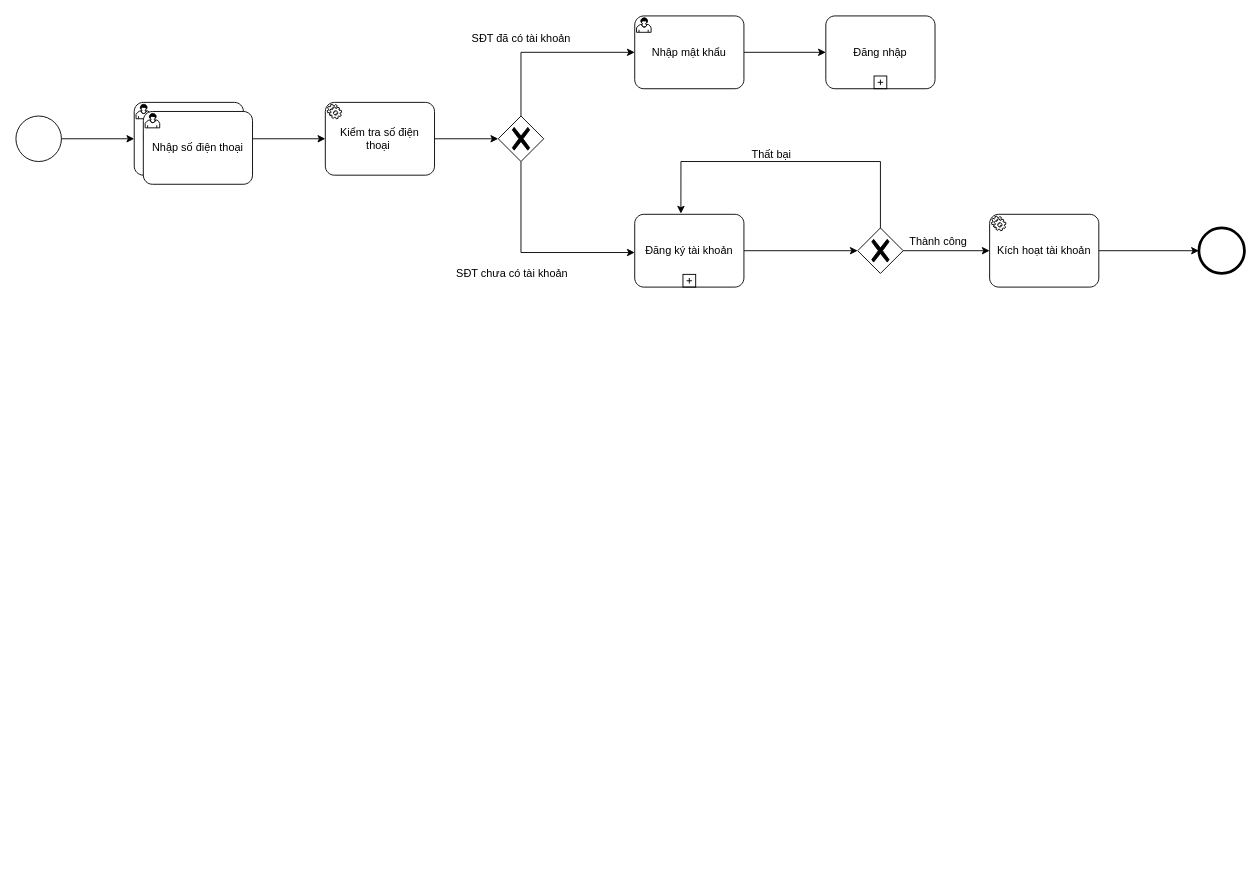
The draw.io diagram page "Page-3" (2 of 2) of Untitled Diagram.drawio in PanJr0109/PanJr0109, before the edit. Source tidied: cells renumbered, new cells numbered last; positions are measured from the earlier drawing's top-left corner, leaving out a move shared by most shapes. Both pictures are drawn from the tidied source at 91%, with x=0, y=0 at pixel (15, 15).
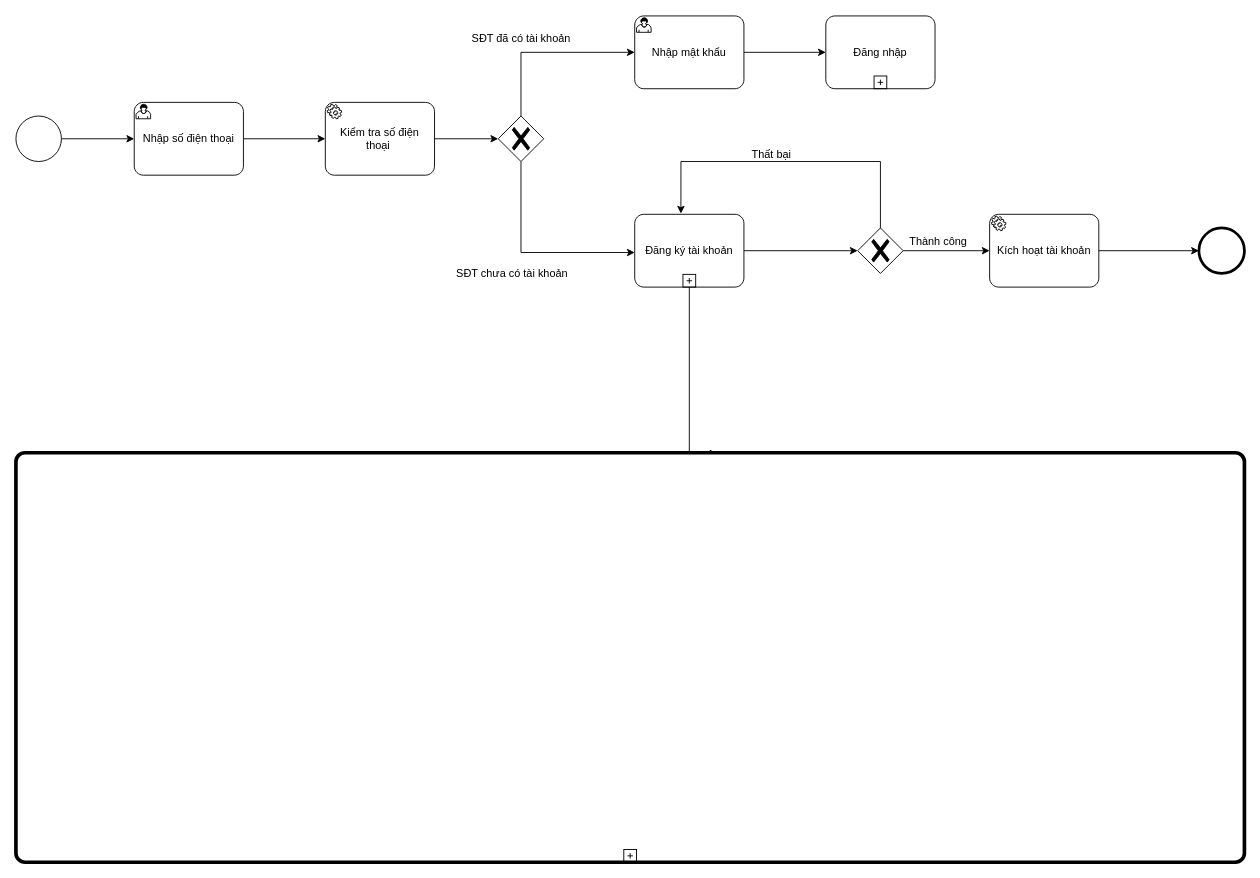
The same page after the edit.

Unchanged cells that the change refers to:
```xml
<mxCell id="19" value="Đăng ký tài khoản" style="points=[[0.25,0,0],[0.5,0,0],[0.75,0,0],[1,0.25,0],[1,0.5,0],[1,0.75,0],[0.75,1,0],[0.5,1,0],[0.25,1,0],[0,0.75,0],[0,0.5,0],[0,0.25,0]];shape=mxgraph.bpmn.task;whiteSpace=wrap;rectStyle=rounded;size=10;html=1;taskMarker=abstract;isLoopSub=1;" parent="1" vertex="1">
  <mxGeometry x="680" y="218" width="120" height="80" as="geometry" />
</mxCell>
```

What changed in the source:
```diff
@@
-    <mxCell id="17" value="Nhập số điện thoại" style="shape=mxgraph.bpmn.task;whiteSpace=wrap;rectStyle=rounded;size=10;html=1;taskMarker=user;" parent="1" vertex="1">
-      <mxGeometry x="140" y="105" width="120" height="80" as="geometry" />
-    </mxCell>
@@
+    <mxCell id="27" style="edgeStyle=orthogonalEdgeStyle;rounded=0;jettySize=auto;html=1;exitX=0.5;exitY=1;exitDx=0;exitDy=0;exitPerimeter=0;entryX=0.571;entryY=0.002;entryDx=0;entryDy=0;entryPerimeter=0;" parent="1" edge="1" source="19" target="28">
+      <mxGeometry relative="1" as="geometry">
+        <Array as="points">
+          <mxPoint x="740" y="481" />
+        </Array>
+      </mxGeometry>
+    </mxCell>
@@
+    <mxCell id="28" style="points=[[0.25,0,0],[0.5,0,0],[0.75,0,0],[1,0.25,0],[1,0.5,0],[1,0.75,0],[0.75,1,0],[0.5,1,0],[0.25,1,0],[0,0.75,0],[0,0.5,0],[0,0.25,0]];shape=mxgraph.bpmn.task;whiteSpace=wrap;rectStyle=rounded;size=10;html=1;bpmnShapeType=call;isLoopSub=1;" parent="1" vertex="1">
+      <mxGeometry y="480" width="1350" height="450" as="geometry" />
+    </mxCell>
```
